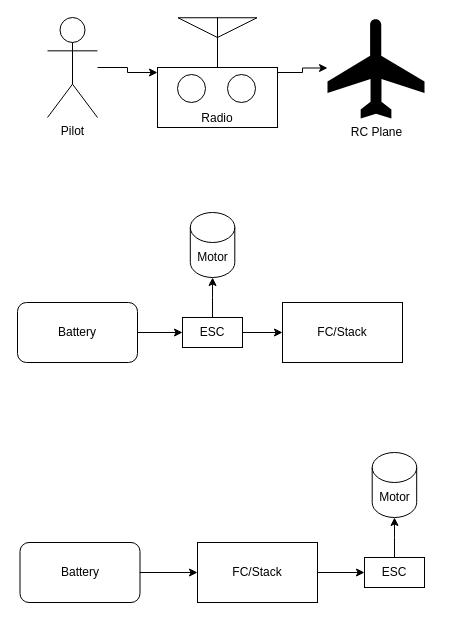
Before: diagrams.drawio in kaluzniacki/ardu_wing, a draw.io diagram. Source tidied: cells renumbered, new cells numbered last; positions are measured from the earlier drawing's top-left corner, leaving out a move shared by most shapes. Both pictures are drawn from the tidied source at 100%, with x=0, y=0 at pixel (17, 17).
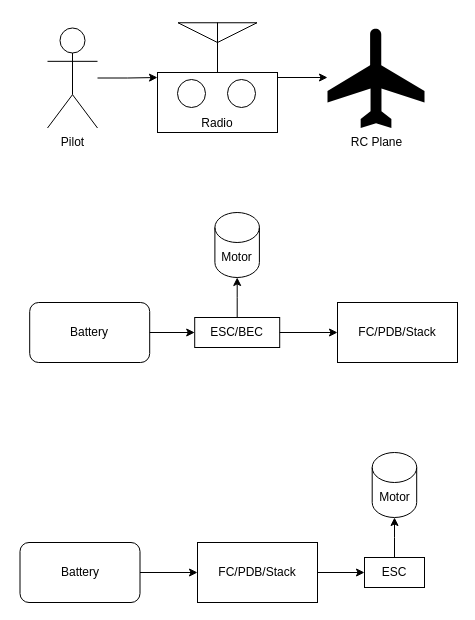
The same diagram, later.

The change refers to these unchanged cells:
```xml
<mxCell id="10" style="group;" parent="1" vertex="1">
  <mxGeometry x="2.5" y="435" width="404.5" height="150" as="geometry" />
</mxCell>
```

Diff of the diagram source:
```diff
@@
     <mxCell id="2" style="group;" parent="1" vertex="1">
-      <mxGeometry y="195" width="385" height="150" as="geometry" />
+      <mxGeometry x="12.2" y="195" width="385" height="150" as="geometry" />
     </mxCell>
@@
-    <mxCell id="4" value="ESC" style="rounded=0;whiteSpace=wrap;html=1;" parent="2" vertex="1">
-      <mxGeometry x="165" y="105" width="60" height="30" as="geometry" />
+    <mxCell id="4" value="ESC/BEC" style="rounded=0;whiteSpace=wrap;html=1;" parent="2" vertex="1">
+      <mxGeometry x="165" y="105" width="85" height="30" as="geometry" />
     </mxCell>
@@
-    <mxCell id="6" value="FC/Stack" style="rounded=0;whiteSpace=wrap;html=1;" parent="2" vertex="1">
-      <mxGeometry x="265" y="90" width="120" height="60" as="geometry" />
+    <mxCell id="6" value="FC/PDB/Stack" style="rounded=0;whiteSpace=wrap;html=1;" parent="2" vertex="1">
+      <mxGeometry x="307.8" y="90" width="120" height="60" as="geometry" />
     </mxCell>
@@
     <mxCell id="8" value="Motor" style="shape=cylinder3;whiteSpace=wrap;html=1;boundedLbl=1;backgroundOutline=1;size=15;" parent="2" vertex="1">
-      <mxGeometry x="172.8" width="44.5" height="65" as="geometry" />
+      <mxGeometry x="185.2" width="44.5" height="65" as="geometry" />
     </mxCell>
@@
-    <mxCell id="14" value="FC/Stack" style="rounded=0;whiteSpace=wrap;html=1;" parent="10" vertex="1">
+    <mxCell id="14" value="FC/PDB/Stack" style="rounded=0;whiteSpace=wrap;html=1;" parent="10" vertex="1">
       <mxGeometry x="177.5" y="90" width="120" height="60" as="geometry" />
     </mxCell>
@@
-    <mxCell id="18" style="group;" parent="1" vertex="1">
-      <mxGeometry x="30" width="377" height="110" as="geometry" />
-    </mxCell>
-    <mxCell id="19" value="RC Plane" style="shape=mxgraph.signs.transportation.airplane_6;html=1;fillColor=#000000;strokeColor=none;verticalLabelPosition=bottom;verticalAlign=top;align=center;" parent="18" vertex="1">
-      <mxGeometry x="280" width="97" height="101" as="geometry" />
+    <mxCell id="19" value="RC Plane" style="shape=mxgraph.signs.transportation.airplane_6;html=1;fillColor=#000000;strokeColor=none;verticalLabelPosition=bottom;verticalAlign=top;align=center;" parent="1" vertex="1">
+      <mxGeometry x="310" y="9.5" width="97" height="101" as="geometry" />
     </mxCell>
-    <mxCell id="20" value="Pilot" style="shape=umlActor;verticalLabelPosition=bottom;verticalAlign=top;html=1;outlineConnect=0;" parent="18" vertex="1">
-      <mxGeometry width="50" height="100" as="geometry" />
+    <mxCell id="20" value="Pilot" style="shape=umlActor;verticalLabelPosition=bottom;verticalAlign=top;html=1;outlineConnect=0;" parent="1" vertex="1">
+      <mxGeometry x="30" y="10.5" width="50" height="100" as="geometry" />
     </mxCell>
-    <mxCell id="21" style="edgeStyle=orthogonalEdgeStyle;rounded=0;jettySize=auto;html=1;" parent="18" edge="1" source="22" target="19">
+    <mxCell id="21" style="edgeStyle=orthogonalEdgeStyle;rounded=0;jettySize=auto;html=1;" parent="1" edge="1" source="22" target="19">
       <mxGeometry relative="1" as="geometry" />
     </mxCell>
-    <mxCell id="22" style="group;" parent="18" vertex="1">
-      <mxGeometry x="110" width="120" height="110" as="geometry" />
+    <mxCell id="22" style="group;" parent="1" vertex="1">
+      <mxGeometry x="140" y="5" width="120" height="110" as="geometry" />
     </mxCell>
@@
-    <mxCell id="27" style="edgeStyle=orthogonalEdgeStyle;rounded=0;jettySize=auto;html=1;" parent="18" edge="1" source="20" target="22">
+    <mxCell id="27" style="edgeStyle=orthogonalEdgeStyle;rounded=0;jettySize=auto;html=1;" parent="1" edge="1" source="20" target="22">
       <mxGeometry relative="1" as="geometry" />
     </mxCell>
```
